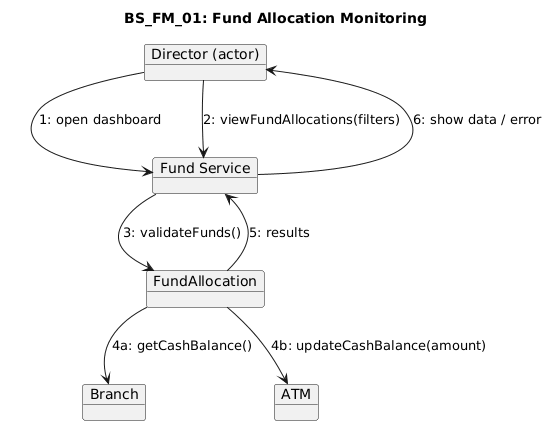
Before: Diagrams/Collaboration Diagrams/BS_FM_01.png, a diagram exported from PlantUML (erindkotobelli12/BankManagementSystem).
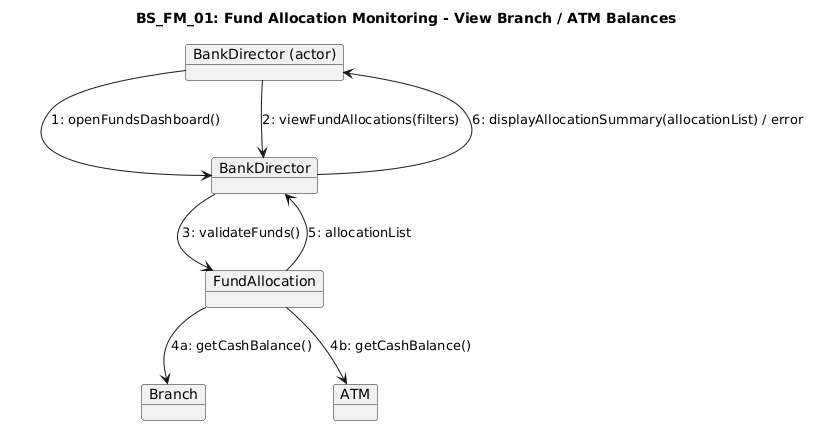
The same diagram one commit later.

The edit, as a diff of the source:
```diff
@@ -1,19 +1,19 @@
 @startuml
-title BS_FM_01: Fund Allocation Monitoring
+title BS_FM_01: Fund Allocation Monitoring - View Branch / ATM Balances
 
-object "Director (actor)" as Dir
-object "Fund Service" as DC
+object "BankDirector (actor)" as Dir
+object "BankDirector" as DC
 object "FundAllocation" as FA
 object "Branch" as B
 object "ATM" as ATM
 
-Dir --> DC : 1: open dashboard
+Dir --> DC : 1: openFundsDashboard()
 Dir --> DC : 2: viewFundAllocations(filters)
 
 DC --> FA : 3: validateFunds()
 FA --> B : 4a: getCashBalance()
-FA --> ATM : 4b: updateCashBalance(amount)
+FA --> ATM : 4b: getCashBalance()
 
-FA --> DC : 5: results
-DC --> Dir : 6: show data / error
+FA --> DC : 5: allocationList
+DC --> Dir : 6: displayAllocationSummary(allocationList) / error
 @enduml
```
